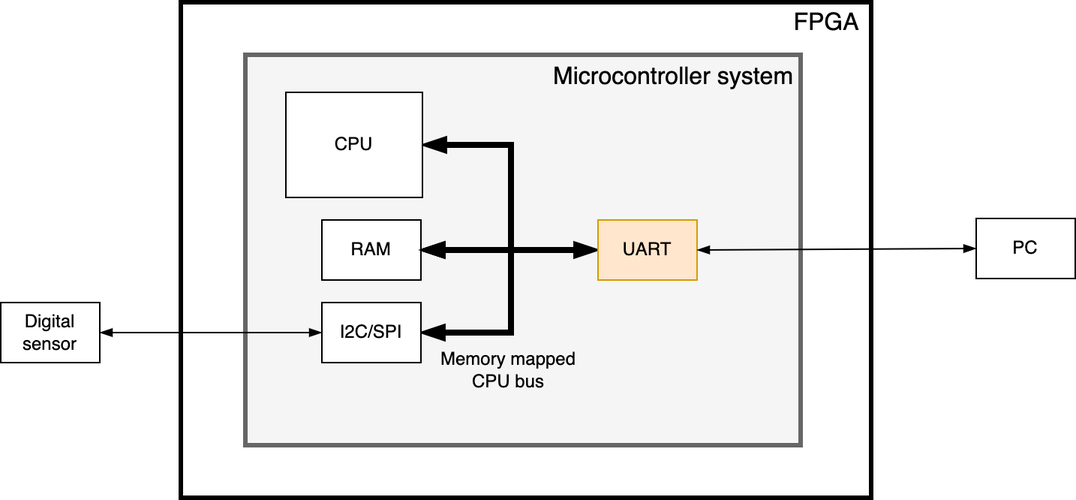
Above: fys4220-jbook/graphics/project_embedded_system.png in fys4220/fys4220.github.io (draw.io), before the change. Source tidied: cells renumbered, new cells last; positions are measured from the earlier drawing's top-left corner, leaving out a move shared by most shapes.
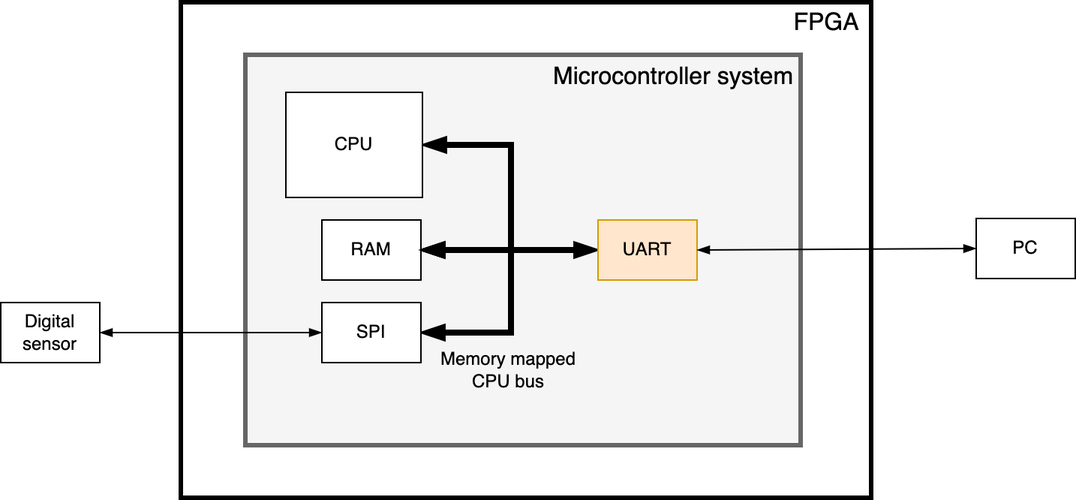
Above is the later version.

Change to the diagram source:
```diff
@@ -36,7 +36,7 @@
     <mxCell id="9" style="edgeStyle=none;rounded=0;html=1;exitX=0;exitY=0.5;exitDx=0;exitDy=0;entryX=1;entryY=0.5;entryDx=0;entryDy=0;startArrow=blockThin;startFill=1;endArrow=blockThin;endFill=1;strokeWidth=1;" parent="1" edge="1" source="10" target="16">
       <mxGeometry relative="1" as="geometry" />
     </mxCell>
-    <mxCell id="10" value="I2C/SPI" style="rounded=0;whiteSpace=wrap;html=1;" parent="1" vertex="1">
+    <mxCell id="10" value="SPI" style="rounded=0;whiteSpace=wrap;html=1;" parent="1" vertex="1">
       <mxGeometry x="214" y="200" width="66" height="40" as="geometry" />
     </mxCell>
     <mxCell id="11" style="edgeStyle=none;html=1;exitX=1;exitY=0.5;exitDx=0;exitDy=0;entryX=0;entryY=0.5;entryDx=0;entryDy=0;startArrow=blockThin;startFill=1;endArrow=blockThin;endFill=1;" parent="1" edge="1" source="12" target="15">
```
